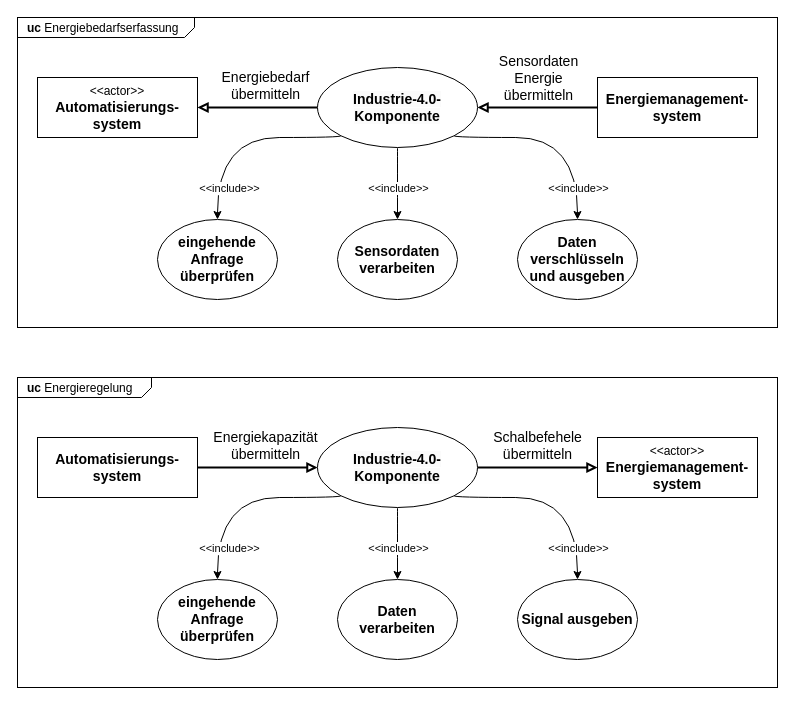
The draw.io diagram uc_diagram.drawio in usr-fritz/test, before the edit. Source tidied: cells renumbered, new cells numbered last; positions are measured from the earlier drawing's top-left corner, leaving out a move shared by most shapes. Both pictures are drawn from the tidied source at 100%, with x=0, y=0 at pixel (17, 17).
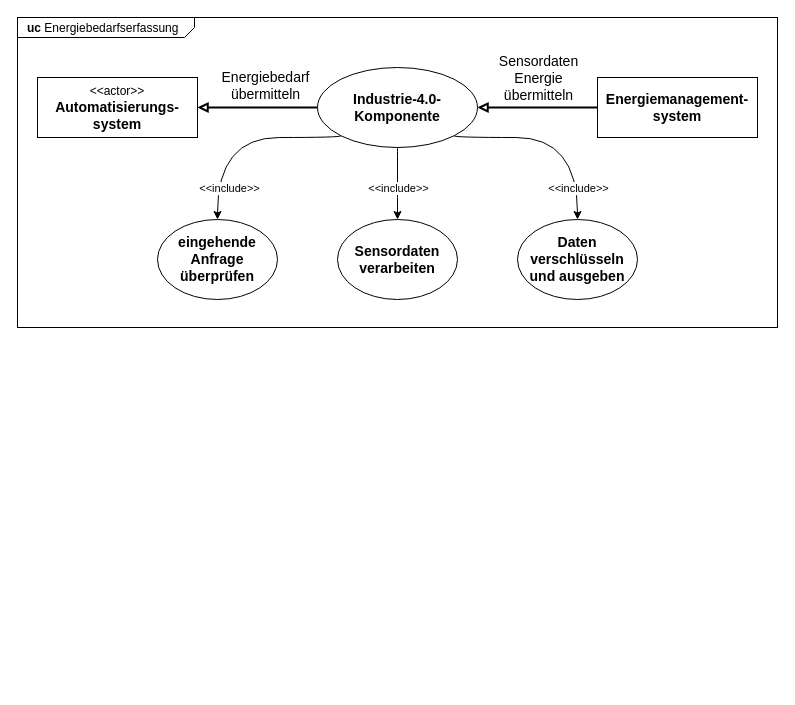
The same diagram, later.

Change to the diagram source:
```diff
@@
-    <mxCell id="19" style="edgeStyle=orthogonalEdgeStyle;rounded=0;jettySize=auto;html=1;exitX=1;exitY=0.5;exitDx=0;exitDy=0;entryX=0;entryY=0.5;entryDx=0;entryDy=0;fontSize=14;strokeWidth=2;endArrow=block;endFill=0;startArrow=none;startFill=0;" parent="1" edge="1" source="21" target="34">
-      <mxGeometry relative="1" as="geometry" />
-    </mxCell>
-    <mxCell id="20" value="&lt;font style=&quot;font-size: 14px;&quot;&gt;Energiekapazität&lt;br style=&quot;font-size: 14px;&quot;&gt;übermitteln&lt;/font&gt;" style="edgeLabel;html=1;align=center;verticalAlign=middle;labelBackgroundColor=none;fontSize=14;" parent="19" vertex="1">
-      <mxGeometry x="-0.33" y="3" relative="1" as="geometry">
-        <mxPoint x="27" y="-20" as="offset" />
-      </mxGeometry>
-    </mxCell>
-    <mxCell id="21" value="Automatisierungs-system" style="rounded=0;whiteSpace=wrap;html=1;fontStyle=1;fontSize=14;" parent="1" vertex="1">
-      <mxGeometry x="20" y="420" width="160" height="60" as="geometry" />
-    </mxCell>
-    <mxCell id="22" style="edgeStyle=orthogonalEdgeStyle;rounded=0;jettySize=auto;html=1;exitX=1;exitY=0.5;exitDx=0;exitDy=0;entryX=0;entryY=0.5;entryDx=0;entryDy=0;endArrow=block;endFill=0;strokeWidth=2;startArrow=none;startFill=0;" parent="1" edge="1" source="34" target="24">
-      <mxGeometry relative="1" as="geometry" />
-    </mxCell>
-    <mxCell id="23" value="Schalbefehele&lt;br&gt;übermitteln" style="edgeLabel;html=1;align=center;verticalAlign=middle;fontSize=14;labelBackgroundColor=none;" parent="22" vertex="1">
-      <mxGeometry x="0.14" y="2" relative="1" as="geometry">
-        <mxPoint x="-9" y="-21" as="offset" />
-      </mxGeometry>
-    </mxCell>
-    <mxCell id="24" value="&lt;span style=&quot;font-weight: normal;&quot;&gt;&lt;font style=&quot;font-size: 12px;&quot;&gt;&amp;lt;&amp;lt;actor&amp;gt;&amp;gt;&lt;/font&gt;&lt;/span&gt;&lt;br&gt;Energiemanagement-system" style="rounded=0;whiteSpace=wrap;html=1;fontStyle=1;fontSize=14;" parent="1" vertex="1">
-      <mxGeometry x="580" y="420" width="160" height="60" as="geometry" />
-    </mxCell>
-    <mxCell id="25" value="&lt;b style=&quot;font-size: 14px;&quot;&gt;eingehende Anfrage&lt;br&gt;überprüfen&lt;/b&gt;" style="ellipse;whiteSpace=wrap;html=1;" parent="1" vertex="1">
-      <mxGeometry x="140" y="562" width="120" height="80" as="geometry" />
-    </mxCell>
-    <mxCell id="26" value="&lt;span style=&quot;font-size: 14px;&quot;&gt;&lt;b&gt;Daten verarbeiten&lt;/b&gt;&lt;/span&gt;" style="ellipse;whiteSpace=wrap;html=1;" parent="1" vertex="1">
-      <mxGeometry x="320" y="562" width="120" height="80" as="geometry" />
-    </mxCell>
-    <mxCell id="27" value="&lt;span style=&quot;font-size: 14px;&quot;&gt;&lt;b&gt;Signal ausgeben&lt;/b&gt;&lt;/span&gt;" style="ellipse;whiteSpace=wrap;html=1;" parent="1" vertex="1">
-      <mxGeometry x="500" y="562" width="120" height="80" as="geometry" />
-    </mxCell>
-    <mxCell id="28" style="edgeStyle=orthogonalEdgeStyle;rounded=0;jettySize=auto;html=1;exitX=0;exitY=1;exitDx=0;exitDy=0;entryX=0.5;entryY=0;entryDx=0;entryDy=0;elbow=vertical;curved=1;" parent="1" edge="1" source="34" target="25">
-      <mxGeometry relative="1" as="geometry">
-        <Array as="points">
-          <mxPoint x="323" y="480" />
-          <mxPoint x="200" y="480" />
-        </Array>
-      </mxGeometry>
-    </mxCell>
-    <mxCell id="29" value="&amp;lt;&amp;lt;include&amp;gt;&amp;gt;" style="edgeLabel;html=1;align=center;verticalAlign=middle;" parent="28" vertex="1">
-      <mxGeometry x="-0.14" y="2" relative="1" as="geometry">
-        <mxPoint x="-25" y="48" as="offset" />
-      </mxGeometry>
-    </mxCell>
-    <mxCell id="30" style="edgeStyle=orthogonalEdgeStyle;rounded=0;jettySize=auto;html=1;exitX=0.5;exitY=1;exitDx=0;exitDy=0;entryX=0.5;entryY=0;entryDx=0;entryDy=0;elbow=vertical;curved=1;" parent="1" edge="1" source="34" target="26">
-      <mxGeometry relative="1" as="geometry" />
-    </mxCell>
-    <mxCell id="31" value="&amp;lt;&amp;lt;include&amp;gt;&amp;gt;" style="edgeLabel;html=1;align=center;verticalAlign=middle;" parent="30" vertex="1">
-      <mxGeometry x="-0.25" relative="1" as="geometry">
-        <mxPoint y="13" as="offset" />
-      </mxGeometry>
-    </mxCell>
-    <mxCell id="32" style="edgeStyle=orthogonalEdgeStyle;rounded=0;jettySize=auto;html=1;exitX=1;exitY=1;exitDx=0;exitDy=0;entryX=0.5;entryY=0;entryDx=0;entryDy=0;elbow=vertical;curved=1;" parent="1" edge="1" source="34" target="27">
-      <mxGeometry relative="1" as="geometry">
-        <Array as="points">
-          <mxPoint x="437" y="480" />
-          <mxPoint x="560" y="480" />
-        </Array>
-      </mxGeometry>
-    </mxCell>
-    <mxCell id="33" value="&amp;lt;&amp;lt;include&amp;gt;&amp;gt;" style="edgeLabel;html=1;align=center;verticalAlign=middle;" parent="32" vertex="1">
-      <mxGeometry x="-0.4" y="-4" relative="1" as="geometry">
-        <mxPoint x="64" y="46" as="offset" />
-      </mxGeometry>
-    </mxCell>
-    <mxCell id="34" value="&lt;span style=&quot;color: rgb(0, 0, 0); font-family: Helvetica; font-size: 14px; font-style: normal; font-variant-ligatures: normal; font-variant-caps: normal; font-weight: 700; letter-spacing: normal; orphans: 2; text-align: center; text-indent: 0px; text-transform: none; widows: 2; word-spacing: 0px; -webkit-text-stroke-width: 0px; background-color: rgb(251, 251, 251); text-decoration-thickness: initial; text-decoration-style: initial; text-decoration-color: initial; float: none; display: inline !important;&quot;&gt;Industrie-4.0-Komponente&lt;/span&gt;" style="ellipse;whiteSpace=wrap;html=1;" parent="1" vertex="1">
-      <mxGeometry x="300" y="410" width="160" height="80" as="geometry" />
-    </mxCell>
-    <mxCell id="35" value="&lt;p style=&quot;margin: 0px ; margin-top: 4px ; margin-left: 10px ; text-align: left&quot;&gt;&lt;b&gt;uc &lt;/b&gt;Energieregelung&lt;/p&gt;" style="html=1;strokeWidth=1;shape=mxgraph.sysml.package;html=1;overflow=fill;whiteSpace=wrap;fillColor=none;gradientColor=none;fontSize=12;align=center;labelX=134.5;" parent="1" vertex="1">
-      <mxGeometry y="360" width="760" height="310" as="geometry" />
-    </mxCell>
```
